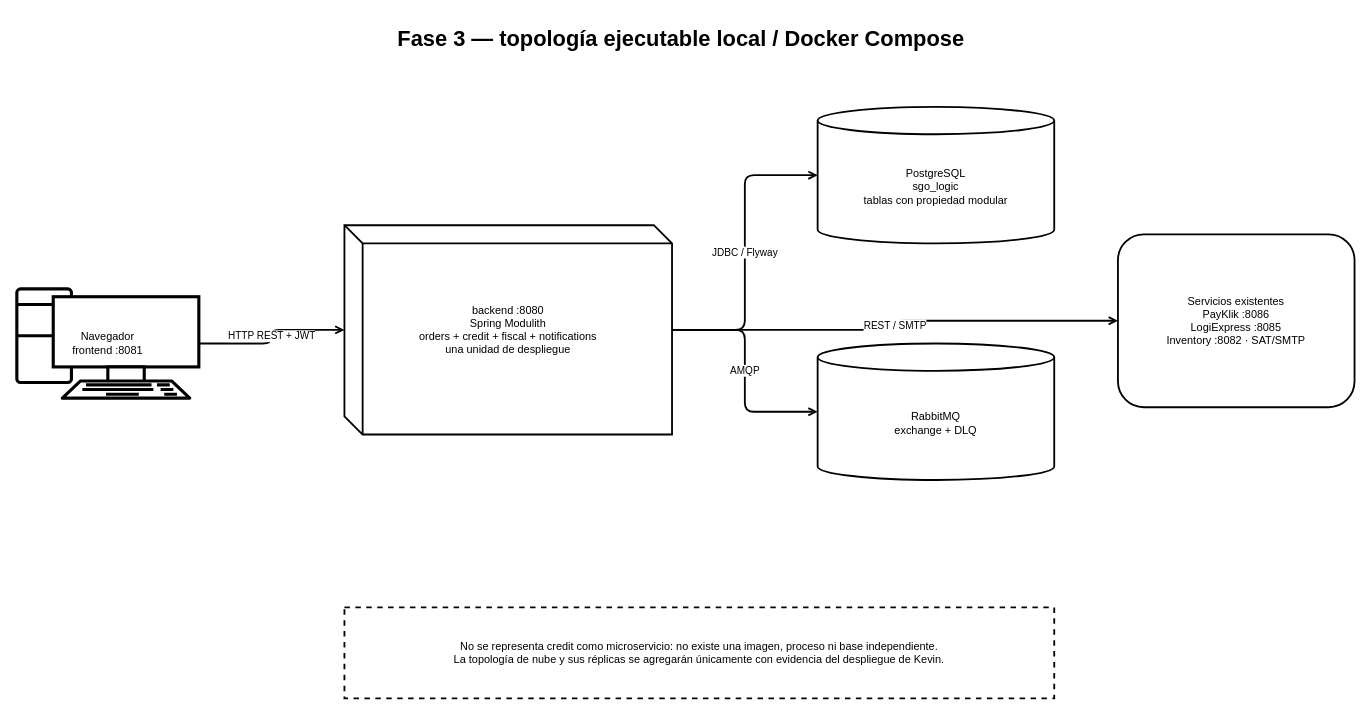
K-Giron/AYD2_Proyecto keeps this draw.io diagram as page "04-Despliegue-Fase-3" (4 of 4) of FASE 2/docs/diagrams/fase3/NUEVO-vistas-arquitectonicas-fase3.drawio. Above is the earlier version. Source tidied: cells renumbered, new cells numbered last; positions are measured from the earlier drawing's top-left corner, leaving out a move shared by most shapes. Both pictures are drawn from the tidied source at 91%, with x=0, y=0 at pixel (16, 15).
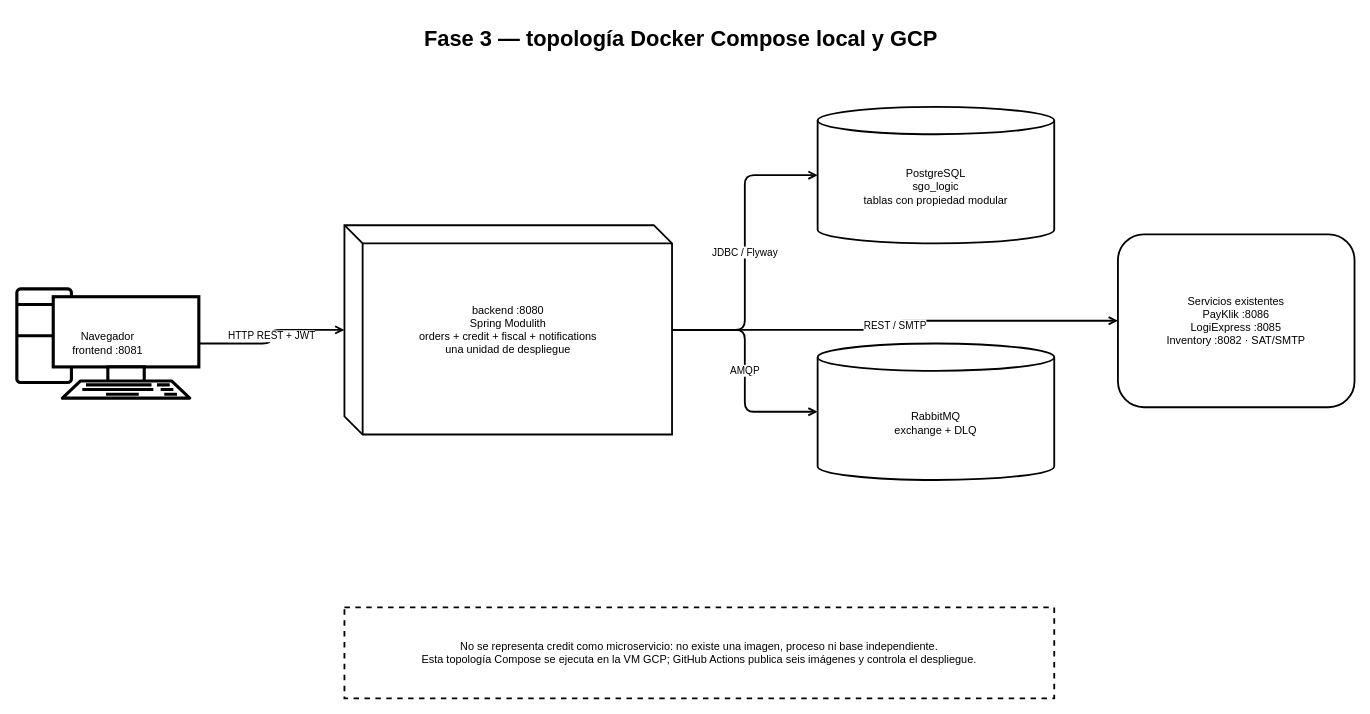
The same diagram, later.

What changed in the source:
```diff
@@
 <mxGraphModel background="#FFFFFF">
   <root>
     <mxCell id="0" />
     <mxCell id="1" parent="0" />
-    <mxCell id="2" value="Fase 3 — topología ejecutable local / Docker Compose" style="whiteSpace=wrap;html=1;strokeColor=none;fillColor=none;fontColor=#000000;fontSize=24;fontStyle=1;" parent="1" vertex="1">
+    <mxCell id="2" value="Fase 3 — topología Docker Compose local y GCP" style="whiteSpace=wrap;html=1;strokeColor=none;fillColor=none;fontColor=#000000;fontSize=24;fontStyle=1;" parent="1" vertex="1">
       <mxGeometry x="150" width="1160" height="50" as="geometry" />
     </mxCell>
     <mxCell id="3" value="Navegador&#10;frontend :8081" style="shape=mxgraph.networks.pc;whiteSpace=wrap;html=1;fillColor=#FFFFFF;strokeColor=#000000;fontColor=#000000;strokeWidth=2;" parent="1" vertex="1">
       <mxGeometry y="300" width="200" height="120" as="geometry" />
     </mxCell>
     <mxCell id="4" value="backend :8080&#10;Spring Modulith&#10;orders + credit + fiscal + notifications&#10;una unidad de despliegue" style="shape=cube;whiteSpace=wrap;html=1;fillColor=#FFFFFF;strokeColor=#000000;fontColor=#000000;strokeWidth=2;" parent="1" vertex="1">
       <mxGeometry x="360" y="230" width="360" height="230" as="geometry" />
     </mxCell>
     <mxCell id="5" value="PostgreSQL&#10;sgo_logic&#10;tablas con propiedad modular" style="shape=cylinder3;whiteSpace=wrap;html=1;boundedLbl=1;fillColor=#FFFFFF;strokeColor=#000000;fontColor=#000000;strokeWidth=2;" parent="1" vertex="1">
       <mxGeometry x="880" y="100" width="260" height="150" as="geometry" />
     </mxCell>
     <mxCell id="6" value="RabbitMQ&#10;exchange + DLQ" style="shape=cylinder3;whiteSpace=wrap;html=1;boundedLbl=1;fillColor=#FFFFFF;strokeColor=#000000;fontColor=#000000;strokeWidth=2;" parent="1" vertex="1">
       <mxGeometry x="880" y="360" width="260" height="150" as="geometry" />
     </mxCell>
     <mxCell id="7" value="Servicios existentes&#10;PayKlik :8086&#10;LogiExpress :8085&#10;Inventory :8082 · SAT/SMTP" style="whiteSpace=wrap;html=1;rounded=1;fillColor=#FFFFFF;strokeColor=#000000;fontColor=#000000;strokeWidth=2;" parent="1" vertex="1">
       <mxGeometry x="1210" y="240" width="260" height="190" as="geometry" />
     </mxCell>
     <mxCell id="8" value="HTTP REST + JWT" style="edgeStyle=orthogonalEdgeStyle;html=1;strokeColor=#000000;fontColor=#000000;strokeWidth=2;endArrow=open;endFill=0;" parent="1" edge="1" source="3" target="4">
       <mxGeometry relative="1" as="geometry" />
     </mxCell>
     <mxCell id="9" value="JDBC / Flyway" style="edgeStyle=orthogonalEdgeStyle;html=1;strokeColor=#000000;fontColor=#000000;strokeWidth=2;endArrow=open;endFill=0;" parent="1" edge="1" source="4" target="5">
       <mxGeometry relative="1" as="geometry" />
     </mxCell>
     <mxCell id="10" value="AMQP" style="edgeStyle=orthogonalEdgeStyle;html=1;strokeColor=#000000;fontColor=#000000;strokeWidth=2;endArrow=open;endFill=0;" parent="1" edge="1" source="4" target="6">
       <mxGeometry relative="1" as="geometry" />
     </mxCell>
     <mxCell id="11" value="REST / SMTP" style="edgeStyle=orthogonalEdgeStyle;html=1;strokeColor=#000000;fontColor=#000000;strokeWidth=2;endArrow=open;endFill=0;" parent="1" edge="1" source="4" target="7">
       <mxGeometry relative="1" as="geometry" />
     </mxCell>
-    <mxCell id="12" value="No se representa credit como microservicio: no existe una imagen, proceso ni base independiente.&#10;La topología de nube y sus réplicas se agregarán únicamente con evidencia del despliegue de Kevin." style="whiteSpace=wrap;html=1;fillColor=#FFFFFF;strokeColor=#000000;fontColor=#000000;strokeWidth=2;dashed=1;" parent="1" vertex="1">
+    <mxCell id="12" value="No se representa credit como microservicio: no existe una imagen, proceso ni base independiente.&#10;Esta topología Compose se ejecuta en la VM GCP; GitHub Actions publica seis imágenes y controla el despliegue." style="whiteSpace=wrap;html=1;fillColor=#FFFFFF;strokeColor=#000000;fontColor=#000000;strokeWidth=2;dashed=1;" parent="1" vertex="1">
       <mxGeometry x="360" y="650" width="780" height="100" as="geometry" />
     </mxCell>
   </root>
 </mxGraphModel>
```
